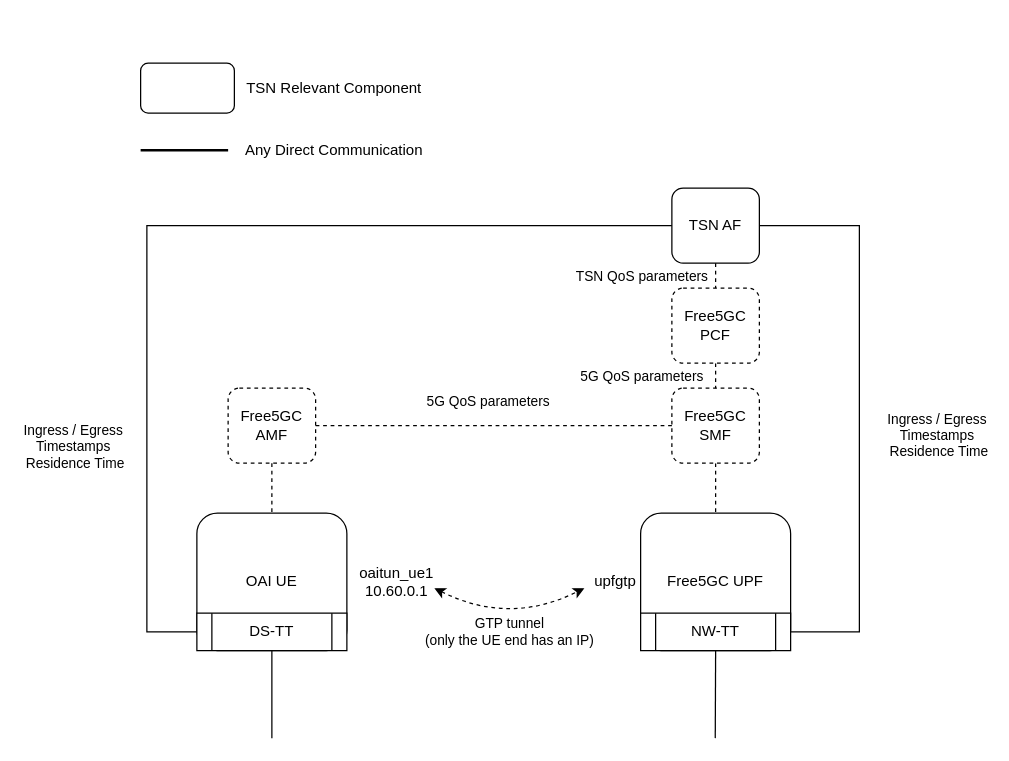
The draw.io diagram docs/tsn-components.drawio in ottoblep/tsn-5g-testbench, before the edit. Source tidied: cells renumbered, new cells numbered last; positions are measured from the earlier drawing's top-left corner, leaving out a move shared by most shapes. Both pictures are drawn from the tidied source at 125%, with x=0, y=0 at pixel (140, 62).
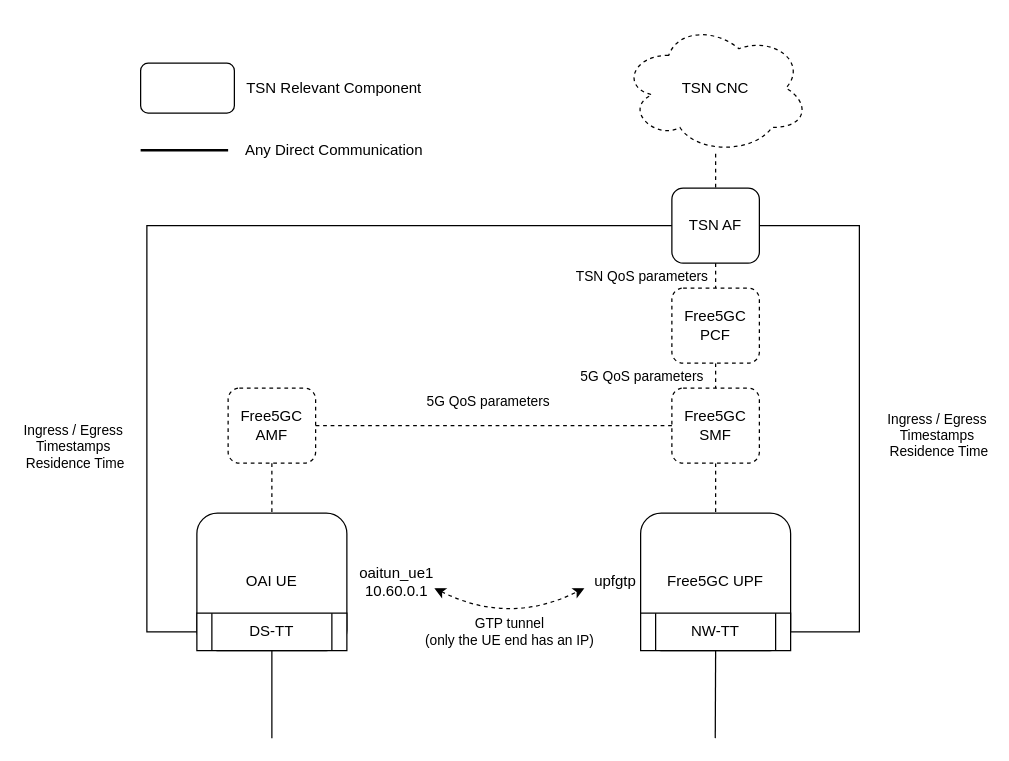
After the change.

Commit message (it also covers changes not shown here):
Add CNC to graphic

Unchanged cells that the change refers to:
```xml
<mxCell id="12" value="TSN AF" style="rounded=1;whiteSpace=wrap;html=1;" parent="1" vertex="1">
  <mxGeometry x="425" y="100" width="70" height="60" as="geometry" />
</mxCell>
```

The edit, as a diff of the source:
```diff
@@
+    <mxCell id="32" value="TSN CNC" style="ellipse;shape=cloud;whiteSpace=wrap;html=1;dashed=1;" parent="1" vertex="1">
+      <mxGeometry x="385" y="-32.5" width="150" height="105" as="geometry" />
+    </mxCell>
+    <mxCell id="33" style="endArrow=none;html=1;rounded=0;entryX=0.5;entryY=0;entryDx=0;entryDy=0;dashed=1;" parent="1" edge="1" source="32" target="12">
+      <mxGeometry relative="1" as="geometry" />
+    </mxCell>
```
